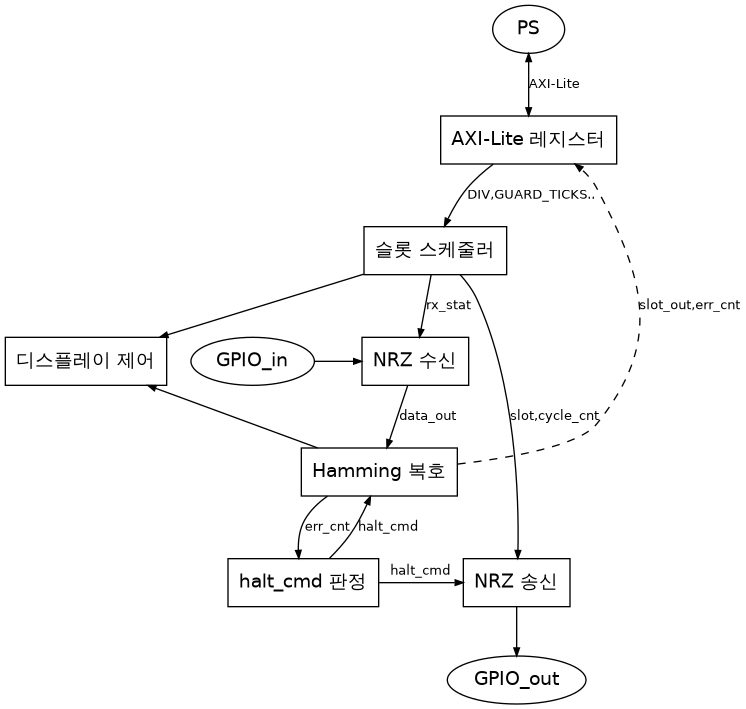
This is diagrams/level3_master_internal.png from Woodong02/SoC_Design_and_Programming, a Graphviz export, as it was before one commit. Its source is kept beside it as diagrams/level3_master_internal.dot.
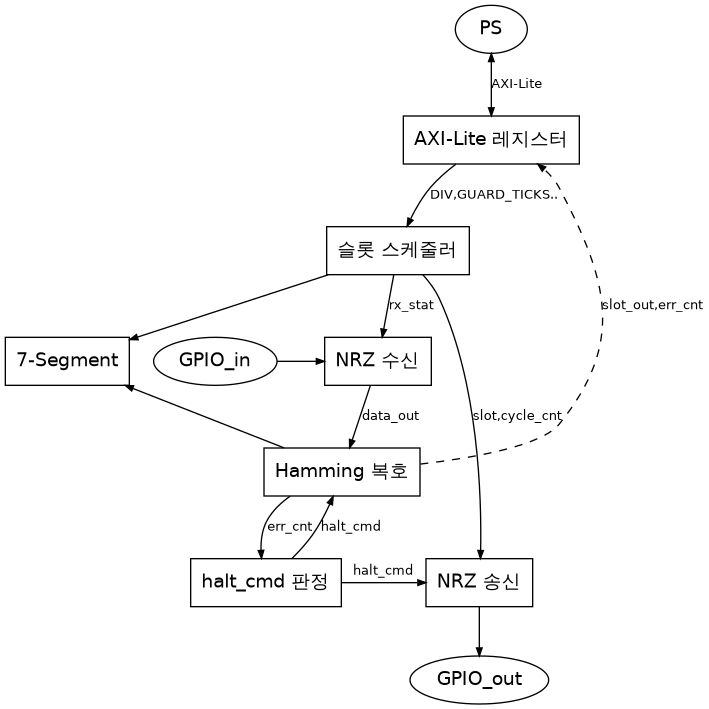
Above is the later version.

Commit message:
board/master 다이어그램을 명세대로 재작성 (PL 점선 경계, 디스플레이 제거)

What changed in the source:
```diff
@@ -9,7 +9,7 @@
     SLOT   [label="슬롯 스케줄러"];
     GPIOIN [label="GPIO_in", shape=ellipse];
     RX     [label="NRZ 수신"];
-    DISP   [label="디스플레이 제어"];
+    SEG    [label="7-Segment"];
     DEC    [label="Hamming 복호"];
     HALT   [label="halt_cmd 판정"];
     TX     [label="NRZ 송신"];
@@ -18,7 +18,7 @@
     { rank=same; PS; }
     { rank=same; AXI; }
     { rank=same; SLOT; }
-    { rank=same; GPIOIN; RX; DISP; }
+    { rank=same; GPIOIN; RX; SEG; }
     { rank=same; DEC; }
     { rank=same; HALT; TX; }
     { rank=same; GPIOOUT; }
@@ -27,9 +27,9 @@
     AXI -> SLOT [label="DIV,GUARD_TICKS.."];
     GPIOIN -> RX;
     SLOT -> RX [label="rx_stat"];
-    SLOT -> DISP;
+    SLOT -> SEG;
     RX -> DEC [label="data_out"];
-    DEC -> DISP;
+    DEC -> SEG;
     DEC -> HALT [label="err_cnt"];
     HALT -> TX [label="halt_cmd"];
     HALT -> DEC [label="halt_cmd"];
```
